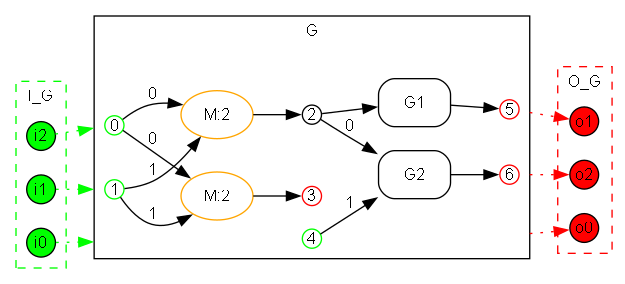
This is crates/bhyp/images/test_copy_subst_commute/path1_after_copy_GM_with_interface.png from ammatsui/bhypvis, a Graphviz export, as it was before one commit. Its source is kept beside it as crates/bhyp/images/test_copy_subst_commute/path1_after_copy_GM_with_interface.dot. Its diagram source:
```dot
digraph BHypWithInterface {
  fontname="Helvetica"
  fontsize=12
  compound=true;
  rankdir=LR;
  node [fontname="Helvetica", fontsize=12];
  edge [fontname="Helvetica", fontsize=12];

  subgraph cluster_input {
    label="I_G";
    style=dashed;
    color="green";
    i0 [label="i0", shape=circle, style=filled, fillcolor="green", width=0.3, height=0.3, fixedsize=true];
    i2 [label="i2", shape=circle, style=filled, fillcolor="green", width=0.3, height=0.3, fixedsize=true];
    i1 [label="i1", shape=circle, style=filled, fillcolor="green", width=0.3, height=0.3, fixedsize=true];
  }

  subgraph cluster_main {
    label="G";
    style=solid;
    n4 [label="4", shape=circle, style=filled, fillcolor=white, color="green", width=0.2, height=0.2, fixedsize=true];
    n3 [label="3", shape=circle, style=filled, fillcolor=white, color="red", width=0.2, height=0.2, fixedsize=true];
    n5 [label="5", shape=circle, style=filled, fillcolor=white, color="red", width=0.2, height=0.2, fixedsize=true];
    n6 [label="6", shape=circle, style=filled, fillcolor=white, color="red", width=0.2, height=0.2, fixedsize=true];
    n1 [label="1", shape=circle, style=filled, fillcolor=white, color="green", width=0.2, height=0.2, fixedsize=true];
    n2 [label="2", shape=circle, style=filled, fillcolor=white, color="black", width=0.2, height=0.2, fixedsize=true];
    n0 [label="0", shape=circle, style=filled, fillcolor=white, color="green", width=0.2, height=0.2, fixedsize=true];
    e1 [label="M:2", shape=ellipse, style=rounded, color="orange"];
    e0 [label="M:2", shape=ellipse, style=rounded, color="orange"];
    e3 [label="G1", shape=box, style=rounded, color="black"];
    e2 [label="G2", shape=box, style=rounded, color="black"];
    n0 -> e1 [label="0"];
    n1 -> e1 [label="1"];
    e1 -> n3 [label=""];
    n0 -> e0 [label="0"];
    n1 -> e0 [label="1"];
    e0 -> n2 [label=""];
    n2 -> e3 [label=""];
    e3 -> n5 [label=""];
    n2 -> e2 [label="0"];
    n4 -> e2 [label="1"];
    e2 -> n6 [label=""];
  }

  subgraph cluster_output {
    label="O_G";
    style=dashed;
    color="red";
    o1 [label="o1", shape=circle, style=filled, fillcolor="red", width=0.3, height=0.3, fixedsize=true];
    o2 [label="o2", shape=circle, style=filled, fillcolor="red", width=0.3, height=0.3, fixedsize=true];
    o0 [label="o0", shape=circle, style=filled, fillcolor="red", width=0.3, height=0.3, fixedsize=true];
  }

  i2 -> n0 [style=dotted, color="green", label="", lhead=cluster_main];
  i1 -> n1 [style=dotted, color="green", label="", lhead=cluster_main];
  i0 -> n4 [style=dotted, color="green", label="", lhead=cluster_main];
  n5 -> o1 [style=dotted, color="red", label="", ltail=cluster_main];
  n6 -> o2 [style=dotted, color="red", label="", ltail=cluster_main];
  n3 -> o0 [style=dotted, color="red", label="", ltail=cluster_main];
}
```
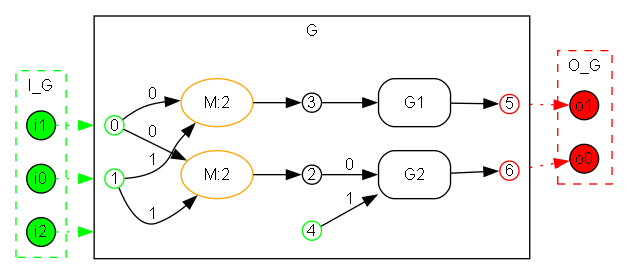
After the change.

What changed in the source:
```diff
@@ -10,51 +10,49 @@
     label="I_G";
     style=dashed;
     color="green";
+    i1 [label="i1", shape=circle, style=filled, fillcolor="green", width=0.3, height=0.3, fixedsize=true];
+    i2 [label="i2", shape=circle, style=filled, fillcolor="green", width=0.3, height=0.3, fixedsize=true];
     i0 [label="i0", shape=circle, style=filled, fillcolor="green", width=0.3, height=0.3, fixedsize=true];
-    i2 [label="i2", shape=circle, style=filled, fillcolor="green", width=0.3, height=0.3, fixedsize=true];
-    i1 [label="i1", shape=circle, style=filled, fillcolor="green", width=0.3, height=0.3, fixedsize=true];
   }
 
   subgraph cluster_main {
     label="G";
     style=solid;
+    n1 [label="1", shape=circle, style=filled, fillcolor=white, color="green", width=0.2, height=0.2, fixedsize=true];
+    n6 [label="6", shape=circle, style=filled, fillcolor=white, color="red", width=0.2, height=0.2, fixedsize=true];
+    n0 [label="0", shape=circle, style=filled, fillcolor=white, color="green", width=0.2, height=0.2, fixedsize=true];
+    n5 [label="5", shape=circle, style=filled, fillcolor=white, color="red", width=0.2, height=0.2, fixedsize=true];
+    n3 [label="3", shape=circle, style=filled, fillcolor=white, color="black", width=0.2, height=0.2, fixedsize=true];
+    n2 [label="2", shape=circle, style=filled, fillcolor=white, color="black", width=0.2, height=0.2, fixedsize=true];
     n4 [label="4", shape=circle, style=filled, fillcolor=white, color="green", width=0.2, height=0.2, fixedsize=true];
-    n3 [label="3", shape=circle, style=filled, fillcolor=white, color="red", width=0.2, height=0.2, fixedsize=true];
-    n5 [label="5", shape=circle, style=filled, fillcolor=white, color="red", width=0.2, height=0.2, fixedsize=true];
-    n6 [label="6", shape=circle, style=filled, fillcolor=white, color="red", width=0.2, height=0.2, fixedsize=true];
-    n1 [label="1", shape=circle, style=filled, fillcolor=white, color="green", width=0.2, height=0.2, fixedsize=true];
-    n2 [label="2", shape=circle, style=filled, fillcolor=white, color="black", width=0.2, height=0.2, fixedsize=true];
-    n0 [label="0", shape=circle, style=filled, fillcolor=white, color="green", width=0.2, height=0.2, fixedsize=true];
+    e2 [label="G2", shape=box, style=rounded, color="black"];
     e1 [label="M:2", shape=ellipse, style=rounded, color="orange"];
     e0 [label="M:2", shape=ellipse, style=rounded, color="orange"];
     e3 [label="G1", shape=box, style=rounded, color="black"];
-    e2 [label="G2", shape=box, style=rounded, color="black"];
+    n2 -> e2 [label="0"];
+    n4 -> e2 [label="1"];
+    e2 -> n6 [label=""];
     n0 -> e1 [label="0"];
     n1 -> e1 [label="1"];
     e1 -> n3 [label=""];
     n0 -> e0 [label="0"];
     n1 -> e0 [label="1"];
     e0 -> n2 [label=""];
-    n2 -> e3 [label=""];
+    n3 -> e3 [label=""];
     e3 -> n5 [label=""];
-    n2 -> e2 [label="0"];
-    n4 -> e2 [label="1"];
-    e2 -> n6 [label=""];
   }
 
   subgraph cluster_output {
     label="O_G";
     style=dashed;
     color="red";
+    o0 [label="o0", shape=circle, style=filled, fillcolor="red", width=0.3, height=0.3, fixedsize=true];
     o1 [label="o1", shape=circle, style=filled, fillcolor="red", width=0.3, height=0.3, fixedsize=true];
-    o2 [label="o2", shape=circle, style=filled, fillcolor="red", width=0.3, height=0.3, fixedsize=true];
-    o0 [label="o0", shape=circle, style=filled, fillcolor="red", width=0.3, height=0.3, fixedsize=true];
   }
 
-  i2 -> n0 [style=dotted, color="green", label="", lhead=cluster_main];
-  i1 -> n1 [style=dotted, color="green", label="", lhead=cluster_main];
-  i0 -> n4 [style=dotted, color="green", label="", lhead=cluster_main];
+  i0 -> n1 [style=dotted, color="green", label="", lhead=cluster_main];
+  i1 -> n0 [style=dotted, color="green", label="", lhead=cluster_main];
+  i2 -> n4 [style=dotted, color="green", label="", lhead=cluster_main];
   n5 -> o1 [style=dotted, color="red", label="", ltail=cluster_main];
-  n6 -> o2 [style=dotted, color="red", label="", ltail=cluster_main];
-  n3 -> o0 [style=dotted, color="red", label="", ltail=cluster_main];
+  n6 -> o0 [style=dotted, color="red", label="", ltail=cluster_main];
 }
```
